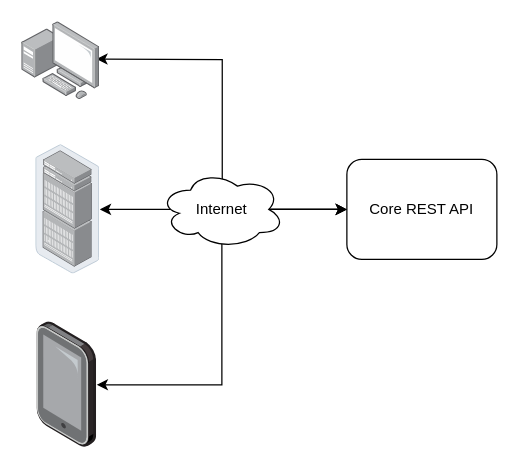
This is page "Existing" (1 of 2) of docs/docs/diagrams/Edge-proxy.drawio.xml from Flagsmith/flagsmith, a draw.io file, before an edit. Source tidied: cells renumbered, new cells numbered last; positions are measured from the earlier drawing's top-left corner, leaving out a move shared by most shapes. Both pictures are drawn from the tidied source at 125%, with x=0, y=0 at pixel (21, 21).
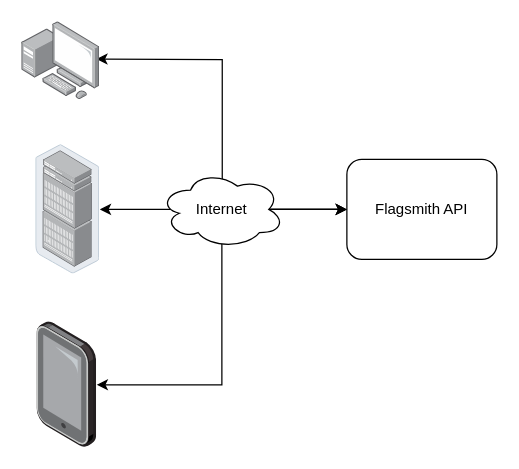
The same page after the edit.

The edit, as a diff of the source:
```diff
@@
 <mxGraphModel>
   <root>
     <mxCell id="0" />
     <mxCell id="1" parent="0" />
     <mxCell id="2" style="edgeStyle=orthogonalEdgeStyle;rounded=0;jettySize=auto;html=1;exitX=0.989;exitY=0.496;exitDx=0;exitDy=0;exitPerimeter=0;entryX=0;entryY=0.5;entryDx=0;entryDy=0;strokeColor=default;startArrow=classic;startFill=1;" parent="1" edge="1" target="3">
       <mxGeometry relative="1" as="geometry">
         <mxPoint x="59.6" y="29.7" as="sourcePoint" />
       </mxGeometry>
     </mxCell>
-    <mxCell id="3" value="Core REST API" style="rounded=1;whiteSpace=wrap;html=1;" parent="1" vertex="1">
+    <mxCell id="3" value="Flagsmith API" style="rounded=1;whiteSpace=wrap;html=1;" parent="1" vertex="1">
       <mxGeometry x="260" y="110" width="120" height="80" as="geometry" />
     </mxCell>
     <mxCell id="4" style="edgeStyle=orthogonalEdgeStyle;rounded=0;jettySize=auto;html=1;startArrow=classic;startFill=1;" parent="1" edge="1" source="6">
       <mxGeometry relative="1" as="geometry">
         <mxPoint x="260" y="150" as="targetPoint" />
       </mxGeometry>
     </mxCell>
     <mxCell id="5" style="html=1;align=center;shadow=0;dashed=0;image;image=img/lib/allied_telesis/computer_and_terminals/Personal_Computer_with_Server.svg;" parent="1" vertex="1">
       <mxGeometry width="62.4" height="62.4" as="geometry" />
     </mxCell>
     <mxCell id="6" style="points=[];html=1;align=center;shadow=0;dashed=0;image;image=img/lib/allied_telesis/storage/Datacenter_Server_Rack_EoR.svg;" parent="1" vertex="1">
       <mxGeometry x="11.2" y="98.3" width="51.2" height="103.4" as="geometry" />
     </mxCell>
     <mxCell id="7" style="edgeStyle=orthogonalEdgeStyle;rounded=0;jettySize=auto;html=1;entryX=0;entryY=0.5;entryDx=0;entryDy=0;startArrow=classic;startFill=1;strokeColor=default;" parent="1" edge="1" source="8" target="3">
       <mxGeometry relative="1" as="geometry" />
     </mxCell>
     <mxCell id="8" style="points=[];html=1;align=center;shadow=0;dashed=0;image;image=img/lib/allied_telesis/computer_and_terminals/Tablet.svg;" parent="1" vertex="1">
       <mxGeometry x="12.2" y="240" width="47.7" height="100.6" as="geometry" />
     </mxCell>
     <mxCell id="9" value="Internet" style="ellipse;shape=cloud;whiteSpace=wrap;html=1;" parent="1" vertex="1">
       <mxGeometry x="110" y="119" width="100" height="62" as="geometry" />
     </mxCell>
   </root>
 </mxGraphModel>
```
